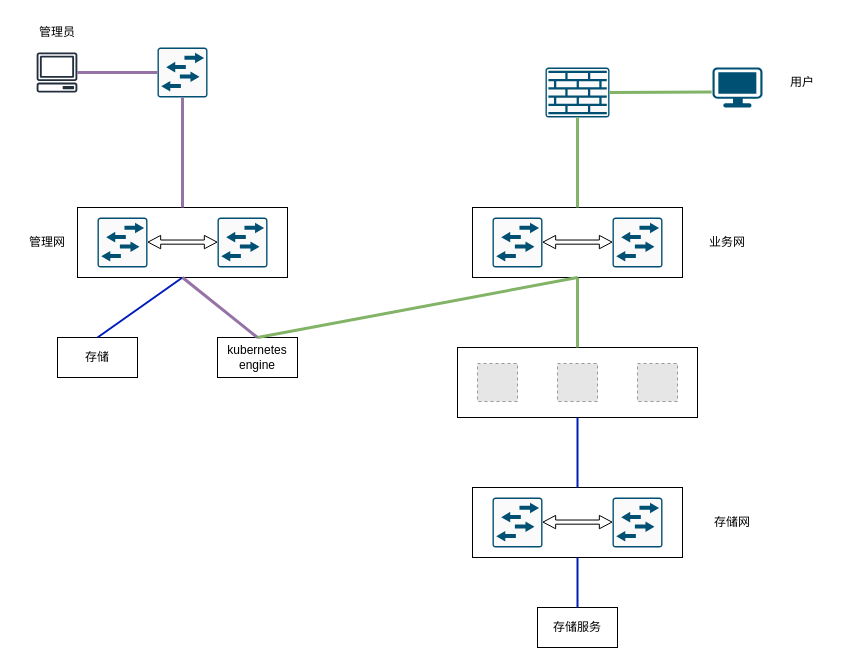
The draw.io diagram page "多网分离" (1 of 2) of 项目经验.drawio in Richard-Joe/draw-io, before the edit. Source tidied: cells renumbered, new cells numbered last; positions are measured from the earlier drawing's top-left corner, leaving out a move shared by most shapes. Both pictures are drawn from the tidied source at 100%, with x=0, y=0 at pixel (17, 17). Pictures stored in the file or linked from it are replaced by grey dashed boxes.
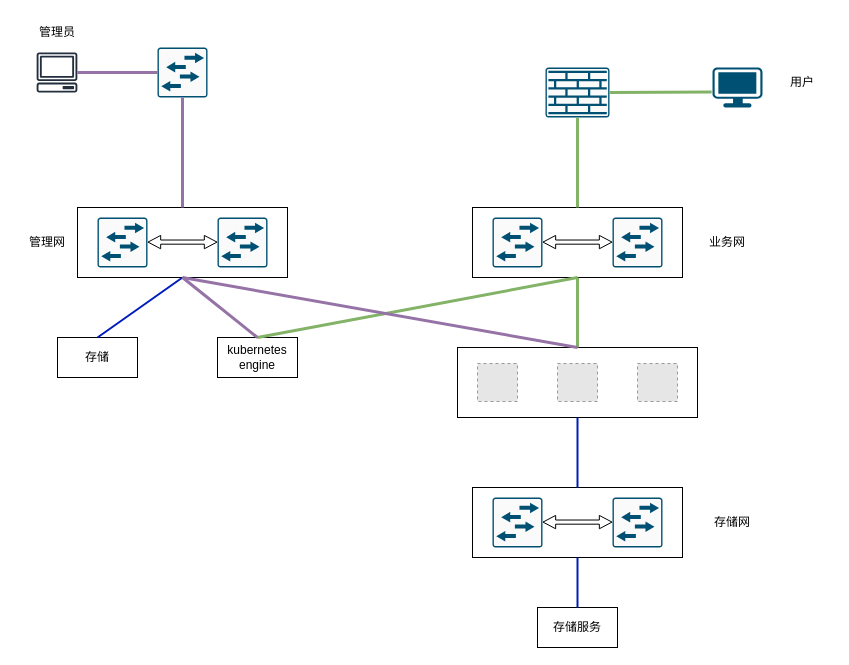
After the change.

Commit message (it also covers changes not shown here):
更新项目经验.drawio

The change refers to these unchanged cells:
```xml
<mxCell id="2" style="rounded=0;whiteSpace=wrap;html=1;" parent="1" vertex="1">
  <mxGeometry x="60" y="190" width="210" height="70" as="geometry" />
</mxCell>
<mxCell id="23" style="rounded=0;whiteSpace=wrap;html=1;" parent="1" vertex="1">
  <mxGeometry x="440" y="330" width="240" height="70" as="geometry" />
</mxCell>
```

The edit, as a diff of the source:
```diff
@@
+    <mxCell id="40" style="endArrow=none;html=1;rounded=0;exitX=0.5;exitY=0;exitDx=0;exitDy=0;entryX=0.5;entryY=1;entryDx=0;entryDy=0;fillColor=#e1d5e7;strokeColor=#9673a6;strokeWidth=3;" parent="1" edge="1" source="23" target="2">
+      <mxGeometry relative="1" as="geometry" />
+    </mxCell>
```
